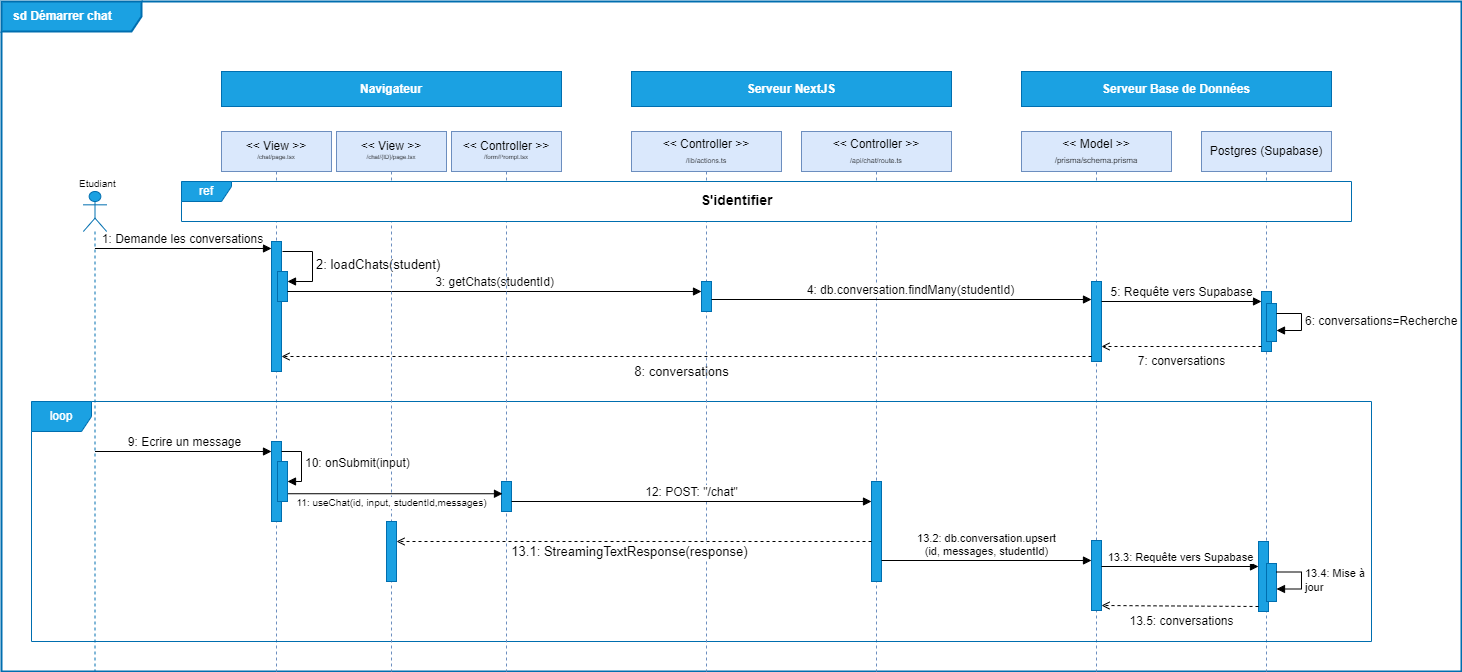
undrstnd-labs/education keeps this draw.io diagram as docs/images/chp4/fig9.png. Above is the earlier version. Source tidied: cells renumbered, new cells last; positions are measured from the earlier drawing's top-left corner, leaving out a move shared by most shapes.
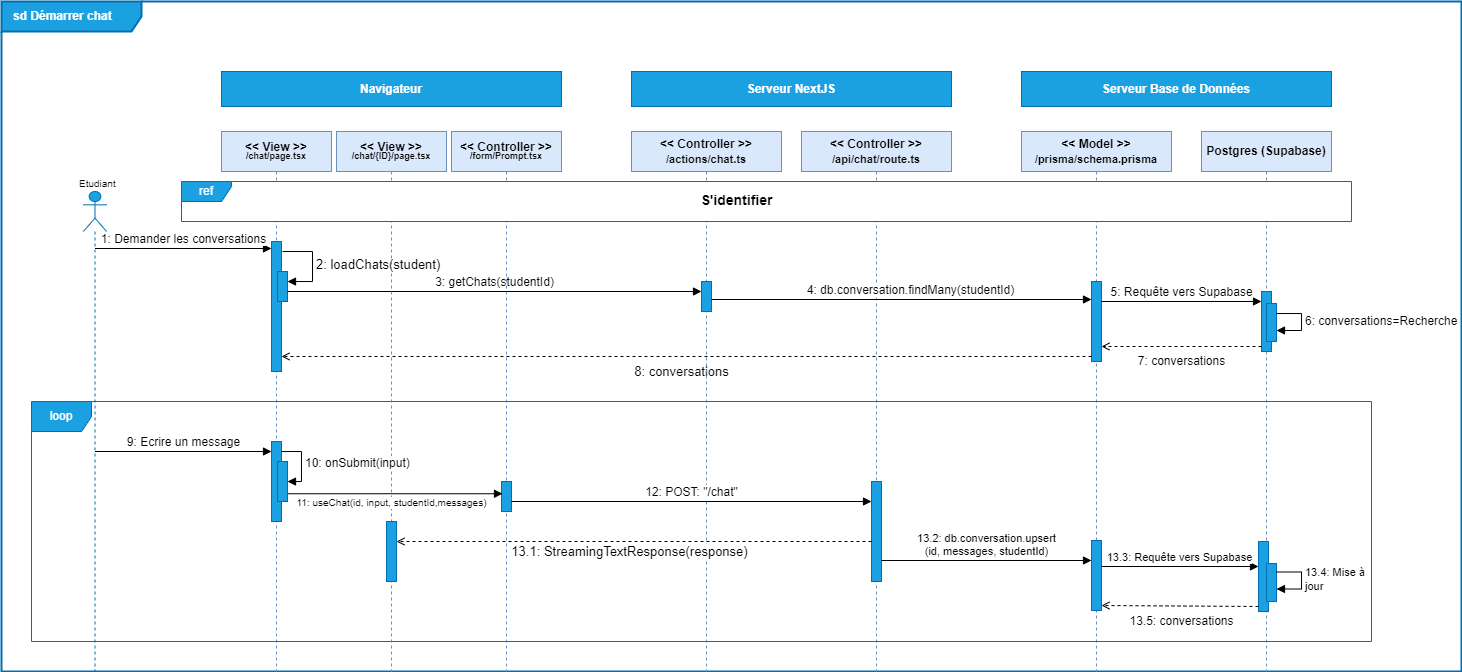
Later version of the same file.

What changed in the source:
```diff
@@ -20,7 +20,7 @@
     <mxCell id="7" value="&lt;b&gt;Serveur Base de Données&lt;/b&gt;" style="rounded=0;whiteSpace=wrap;html=1;fillColor=#1ba1e2;fontColor=#ffffff;strokeColor=#006EAF;" parent="1" vertex="1">
       <mxGeometry x="1020" y="70" width="310" height="35" as="geometry" />
     </mxCell>
-    <mxCell id="8" value="&lt;p style=&quot;line-height: 70%;&quot;&gt;&amp;lt;&amp;lt; View &amp;gt;&amp;gt;&lt;br&gt;&lt;font style=&quot;font-size: 6px;&quot;&gt;/chat/page.tsx&lt;br&gt;&lt;/font&gt;&lt;/p&gt;" style="shape=umlLifeline;perimeter=lifelinePerimeter;whiteSpace=wrap;html=1;newEdgeStyle={&quot;curved&quot;:0,&quot;rounded&quot;:0};fillColor=#dae8fc;strokeColor=#6c8ebf;size=40;" parent="1" vertex="1">
+    <mxCell id="8" value="&lt;p style=&quot;line-height: 70%;&quot;&gt;&lt;b&gt;&amp;lt;&amp;lt; View &amp;gt;&amp;gt;&lt;br&gt;&lt;/b&gt;&lt;font style=&quot;&quot;&gt;&lt;b style=&quot;&quot;&gt;&lt;font style=&quot;font-size: 9px;&quot;&gt;/chat/page.tsx&lt;/font&gt;&lt;/b&gt;&lt;br&gt;&lt;/font&gt;&lt;/p&gt;" style="shape=umlLifeline;perimeter=lifelinePerimeter;whiteSpace=wrap;html=1;newEdgeStyle={&quot;curved&quot;:0,&quot;rounded&quot;:0};fillColor=#dae8fc;strokeColor=#6c8ebf;size=40;" parent="1" vertex="1">
       <mxGeometry x="220" y="130" width="110" height="540" as="geometry" />
     </mxCell>
     <mxCell id="9" style="html=1;points=[[0,0,0,0,5],[0,1,0,0,-5],[1,0,0,0,5],[1,1,0,0,-5]];perimeter=orthogonalPerimeter;outlineConnect=0;targetShapes=umlLifeline;portConstraint=eastwest;newEdgeStyle={&quot;curved&quot;:0,&quot;rounded&quot;:0};fillColor=#1ba1e2;fontColor=#ffffff;strokeColor=#006EAF;" parent="8" vertex="1">
@@ -37,13 +37,13 @@
         </Array>
       </mxGeometry>
     </mxCell>
-    <mxCell id="12" value="&amp;lt;&amp;lt; Controller &amp;gt;&amp;gt;&lt;br&gt;&lt;font style=&quot;font-size: 7px;&quot;&gt;/api/chat/route.ts&lt;/font&gt;" style="shape=umlLifeline;perimeter=lifelinePerimeter;whiteSpace=wrap;html=1;newEdgeStyle={&quot;curved&quot;:0,&quot;rounded&quot;:0};fillColor=#dae8fc;strokeColor=#6c8ebf;" parent="1" vertex="1">
+    <mxCell id="12" value="&lt;b&gt;&amp;lt;&amp;lt; Controller &amp;gt;&amp;gt;&lt;br&gt;&lt;font style=&quot;font-size: 11px;&quot;&gt;/api/chat/route.ts&lt;/font&gt;&lt;/b&gt;" style="shape=umlLifeline;perimeter=lifelinePerimeter;whiteSpace=wrap;html=1;newEdgeStyle={&quot;curved&quot;:0,&quot;rounded&quot;:0};fillColor=#dae8fc;strokeColor=#6c8ebf;" parent="1" vertex="1">
       <mxGeometry x="800" y="130" width="150" height="540" as="geometry" />
     </mxCell>
-    <mxCell id="13" value="&amp;lt;&amp;lt; Model &amp;gt;&amp;gt;&lt;br&gt;&lt;font style=&quot;font-size: 8px;&quot;&gt;/prisma/schema.prisma&lt;/font&gt;" style="shape=umlLifeline;perimeter=lifelinePerimeter;whiteSpace=wrap;html=1;newEdgeStyle={&quot;curved&quot;:0,&quot;rounded&quot;:0};fillColor=#dae8fc;strokeColor=#6c8ebf;" parent="1" vertex="1">
+    <mxCell id="13" value="&lt;b&gt;&amp;lt;&amp;lt; Model &amp;gt;&amp;gt;&lt;br&gt;&lt;font style=&quot;font-size: 11px;&quot;&gt;/prisma/schema.prisma&lt;/font&gt;&lt;/b&gt;" style="shape=umlLifeline;perimeter=lifelinePerimeter;whiteSpace=wrap;html=1;newEdgeStyle={&quot;curved&quot;:0,&quot;rounded&quot;:0};fillColor=#dae8fc;strokeColor=#6c8ebf;" parent="1" vertex="1">
       <mxGeometry x="1020" y="130" width="150" height="540" as="geometry" />
     </mxCell>
-    <mxCell id="14" value="Postgres (Supabase)" style="shape=umlLifeline;perimeter=lifelinePerimeter;whiteSpace=wrap;html=1;newEdgeStyle={&quot;curved&quot;:0,&quot;rounded&quot;:0};fillColor=#dae8fc;strokeColor=#6c8ebf;" parent="13" vertex="1">
+    <mxCell id="14" value="&lt;b&gt;Postgres (Supabase)&lt;/b&gt;" style="shape=umlLifeline;perimeter=lifelinePerimeter;whiteSpace=wrap;html=1;newEdgeStyle={&quot;curved&quot;:0,&quot;rounded&quot;:0};fillColor=#dae8fc;strokeColor=#6c8ebf;" parent="13" vertex="1">
       <mxGeometry x="180" width="130" height="540" as="geometry" />
     </mxCell>
     <mxCell id="15" style="html=1;points=[[0,0,0,0,5],[0,1,0,0,-5],[1,0,0,0,5],[1,1,0,0,-5]];perimeter=orthogonalPerimeter;outlineConnect=0;targetShapes=umlLifeline;portConstraint=eastwest;newEdgeStyle={&quot;curved&quot;:0,&quot;rounded&quot;:0};fillColor=#1ba1e2;fontColor=#ffffff;strokeColor=#006EAF;" parent="13" vertex="1">
@@ -72,7 +72,7 @@
         <mxPoint x="80" y="170" as="sourcePoint" />
       </mxGeometry>
     </mxCell>
-    <mxCell id="22" value="&lt;font style=&quot;font-size: 12px;&quot;&gt;1: Demande les conversations&lt;/font&gt;" style="html=1;verticalAlign=bottom;endArrow=block;curved=0;rounded=0;" parent="1" edge="1">
+    <mxCell id="22" value="&lt;font style=&quot;font-size: 12px;&quot;&gt;1: Demander les conversations&lt;/font&gt;" style="html=1;verticalAlign=bottom;endArrow=block;curved=0;rounded=0;" parent="1" edge="1">
       <mxGeometry relative="1" as="geometry">
         <mxPoint x="93.4" y="247" as="sourcePoint" />
         <mxPoint x="270" y="247" as="targetPoint" />
@@ -92,19 +92,19 @@
     <mxCell id="26" style="html=1;points=[[0,0,0,0,5],[0,1,0,0,-5],[1,0,0,0,5],[1,1,0,0,-5]];perimeter=orthogonalPerimeter;outlineConnect=0;targetShapes=umlLifeline;portConstraint=eastwest;newEdgeStyle={&quot;curved&quot;:0,&quot;rounded&quot;:0};fillColor=#1ba1e2;fontColor=#ffffff;strokeColor=#006EAF;" parent="1" vertex="1">
       <mxGeometry x="1257" y="540" width="10" height="70" as="geometry" />
     </mxCell>
-    <mxCell id="27" value="&lt;p style=&quot;line-height: 70%;&quot;&gt;&amp;lt;&amp;lt; View &amp;gt;&amp;gt;&lt;br&gt;&lt;font style=&quot;font-size: 6px;&quot;&gt;/chat/{ID}/page.tsx&lt;br&gt;&lt;/font&gt;&lt;/p&gt;" style="shape=umlLifeline;perimeter=lifelinePerimeter;whiteSpace=wrap;html=1;newEdgeStyle={&quot;curved&quot;:0,&quot;rounded&quot;:0};fillColor=#dae8fc;strokeColor=#6c8ebf;size=40;" parent="1" vertex="1">
+    <mxCell id="27" value="&lt;p style=&quot;line-height: 70%;&quot;&gt;&lt;b&gt;&amp;lt;&amp;lt; View &amp;gt;&amp;gt;&lt;br&gt;&lt;/b&gt;&lt;font style=&quot;&quot;&gt;&lt;font size=&quot;1&quot; style=&quot;&quot;&gt;&lt;b style=&quot;font-size: 9px;&quot;&gt;/chat/{ID}/page.tsx&lt;/b&gt;&lt;/font&gt;&lt;br&gt;&lt;/font&gt;&lt;/p&gt;" style="shape=umlLifeline;perimeter=lifelinePerimeter;whiteSpace=wrap;html=1;newEdgeStyle={&quot;curved&quot;:0,&quot;rounded&quot;:0};fillColor=#dae8fc;strokeColor=#6c8ebf;size=40;" parent="1" vertex="1">
       <mxGeometry x="335" y="130" width="110" height="540" as="geometry" />
     </mxCell>
     <mxCell id="28" style="html=1;perimeter=orthogonalPerimeter;targetShapes=umlLifeline;newEdgeStyle={&quot;curved&quot;:0,&quot;rounded&quot;:0};fillColor=#1ba1e2;fontColor=#ffffff;strokeColor=#006EAF;" parent="27" vertex="1">
       <mxGeometry x="50" y="390" width="10" height="60" as="geometry" />
     </mxCell>
-    <mxCell id="29" value="&lt;p style=&quot;line-height: 70%;&quot;&gt;&lt;font style=&quot;&quot;&gt;&amp;lt;&amp;lt; Controller &amp;gt;&amp;gt;&lt;br style=&quot;border-color: var(--border-color);&quot;&gt;&lt;font style=&quot;border-color: var(--border-color); font-size: 6px;&quot;&gt;/form/Prompt.tsx&lt;/font&gt;&lt;br&gt;&lt;/font&gt;&lt;/p&gt;" style="shape=umlLifeline;perimeter=lifelinePerimeter;whiteSpace=wrap;html=1;newEdgeStyle={&quot;curved&quot;:0,&quot;rounded&quot;:0};fillColor=#dae8fc;strokeColor=#6c8ebf;size=40;" parent="1" vertex="1">
+    <mxCell id="29" value="&lt;p style=&quot;line-height: 70%;&quot;&gt;&lt;font style=&quot;&quot;&gt;&lt;b&gt;&amp;lt;&amp;lt; Controller &amp;gt;&amp;gt;&lt;br style=&quot;border-color: var(--border-color);&quot;&gt;&lt;font style=&quot;border-color: var(--border-color); font-size: 9px;&quot;&gt;/form/Prompt.tsx&lt;/font&gt;&lt;/b&gt;&lt;br&gt;&lt;/font&gt;&lt;/p&gt;" style="shape=umlLifeline;perimeter=lifelinePerimeter;whiteSpace=wrap;html=1;newEdgeStyle={&quot;curved&quot;:0,&quot;rounded&quot;:0};fillColor=#dae8fc;strokeColor=#6c8ebf;size=40;" parent="1" vertex="1">
       <mxGeometry x="450" y="130" width="110" height="540" as="geometry" />
     </mxCell>
     <mxCell id="30" style="html=1;perimeter=orthogonalPerimeter;targetShapes=umlLifeline;newEdgeStyle={&quot;curved&quot;:0,&quot;rounded&quot;:0};fillColor=#1ba1e2;fontColor=#ffffff;strokeColor=#006EAF;" parent="29" vertex="1">
       <mxGeometry x="50" y="350" width="10" height="30" as="geometry" />
     </mxCell>
-    <mxCell id="31" value="&amp;lt;&amp;lt; Controller &amp;gt;&amp;gt;&lt;br&gt;&lt;font style=&quot;font-size: 7px;&quot;&gt;/lib/actions.ts&lt;/font&gt;" style="shape=umlLifeline;perimeter=lifelinePerimeter;whiteSpace=wrap;html=1;newEdgeStyle={&quot;curved&quot;:0,&quot;rounded&quot;:0};fillColor=#dae8fc;strokeColor=#6c8ebf;" parent="1" vertex="1">
+    <mxCell id="31" value="&lt;b&gt;&amp;lt;&amp;lt; Controller &amp;gt;&amp;gt;&lt;br&gt;&lt;font style=&quot;font-size: 11px;&quot;&gt;/actions/chat.ts&lt;/font&gt;&lt;/b&gt;" style="shape=umlLifeline;perimeter=lifelinePerimeter;whiteSpace=wrap;html=1;newEdgeStyle={&quot;curved&quot;:0,&quot;rounded&quot;:0};fillColor=#dae8fc;strokeColor=#6c8ebf;" parent="1" vertex="1">
       <mxGeometry x="630" y="130" width="150" height="540" as="geometry" />
     </mxCell>
     <mxCell id="32" style="html=1;points=[[0,0,0,0,5],[0,1,0,0,-5],[1,0,0,0,5],[1,1,0,0,-5]];perimeter=orthogonalPerimeter;outlineConnect=0;targetShapes=umlLifeline;portConstraint=eastwest;newEdgeStyle={&quot;curved&quot;:0,&quot;rounded&quot;:0};fillColor=#1ba1e2;fontColor=#ffffff;strokeColor=#006EAF;" parent="31" vertex="1">
```
